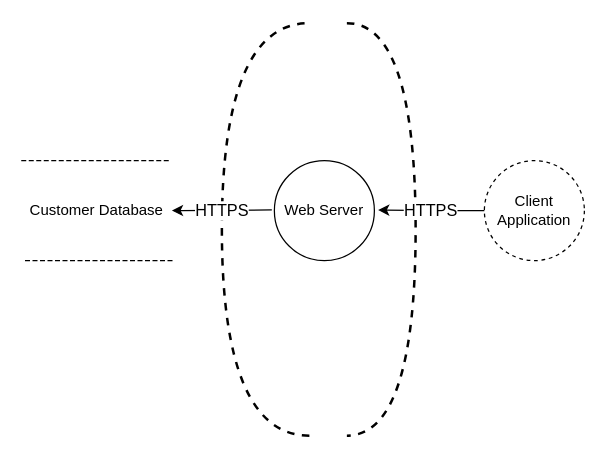
johnlwhiteman/living-threat-models keeps this draw.io diagram as models/drawio.drawio. Above is the earlier version. Source tidied: cells renumbered, new cells numbered last; positions are measured from the earlier drawing's top-left corner, leaving out a move shared by most shapes. Both pictures are drawn from the tidied source at 125%, with x=0, y=0 at pixel (21, 22).
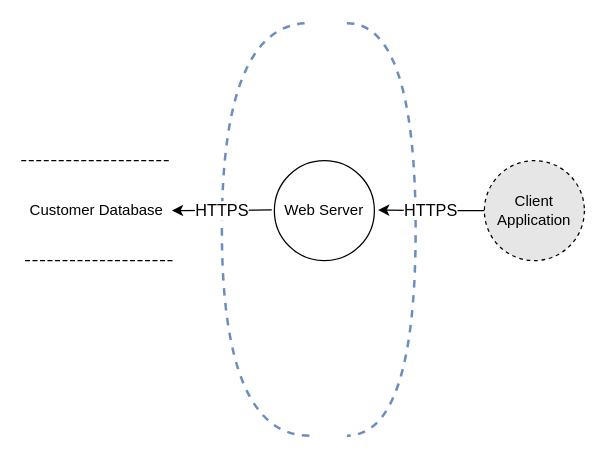
The same diagram, later.

Commit message (it also covers changes not shown here):
Cleanup of drawio and grammar

Diff of the diagram source:
```diff
@@
 <mxGraphModel>
   <root>
     <mxCell id="0" />
     <mxCell id="1" parent="0" />
-    <mxCell id="2" value="Client Application" style="ellipse;whiteSpace=wrap;html=1;dashed=1;rounded=0;" parent="1" vertex="1">
+    <mxCell id="2" value="Client Application" style="ellipse;whiteSpace=wrap;html=1;dashed=1;rounded=0;fillColor=#E6E6E6;" parent="1" vertex="1">
       <mxGeometry x="370" y="110" width="80" height="80" as="geometry" />
     </mxCell>
     <mxCell id="3" value="Web Server" style="ellipse;whiteSpace=wrap;html=1;rounded=0;" parent="1" vertex="1">
       <mxGeometry x="202" y="110" width="80" height="80" as="geometry" />
     </mxCell>
-    <mxCell id="4" style="shape=requiredInterface;html=1;verticalLabelPosition=bottom;dashed=1;strokeWidth=2;align=left;fillColor=#000000;direction=west;rounded=0;" parent="1" vertex="1">
+    <mxCell id="4" style="shape=requiredInterface;html=1;verticalLabelPosition=bottom;dashed=1;strokeWidth=2;align=left;fillColor=#dae8fc;direction=west;rounded=0;strokeColor=#6c8ebf;" parent="1" vertex="1">
       <mxGeometry x="160" width="70" height="330" as="geometry" />
     </mxCell>
     <mxCell id="5" value="Customer Database" style="shape=partialRectangle;whiteSpace=wrap;html=1;left=0;right=0;fillColor=none;dashed=1;rounded=0;" parent="1" vertex="1">
       <mxGeometry y="110" width="120" height="80" as="geometry" />
     </mxCell>
-    <mxCell id="6" style="shape=requiredInterface;html=1;verticalLabelPosition=bottom;dashed=1;strokeColor=#000000;strokeWidth=2;fillColor=none;fontColor=#FF3333;align=left;rounded=0;" parent="1" vertex="1">
+    <mxCell id="6" style="shape=requiredInterface;html=1;verticalLabelPosition=bottom;dashed=1;strokeColor=#6c8ebf;strokeWidth=2;fillColor=#dae8fc;align=left;rounded=0;" parent="1" vertex="1">
       <mxGeometry x="260" width="55" height="330" as="geometry" />
     </mxCell>
     <mxCell id="7" value="HTTPS" style="endArrow=classic;html=1;fontColor=#000000;exitX=0;exitY=0.5;exitDx=0;exitDy=0;strokeColor=#000000;fontSize=13;rounded=0;" parent="1" edge="1" source="2">
       <mxGeometry relative="1" as="geometry">
         <mxPoint x="285" y="149.5" as="targetPoint" />
         <Array as="points">
           <mxPoint x="330" y="150" />
         </Array>
       </mxGeometry>
     </mxCell>
     <mxCell id="8" value="HTTPS" style="endArrow=classic;html=1;fontColor=#000000;exitX=0.429;exitY=0.547;exitDx=0;exitDy=0;exitPerimeter=0;fontSize=13;rounded=0;" parent="1" edge="1" source="4">
       <mxGeometry relative="1" as="geometry">
         <mxPoint x="120" y="150" as="targetPoint" />
       </mxGeometry>
     </mxCell>
   </root>
 </mxGraphModel>
```
